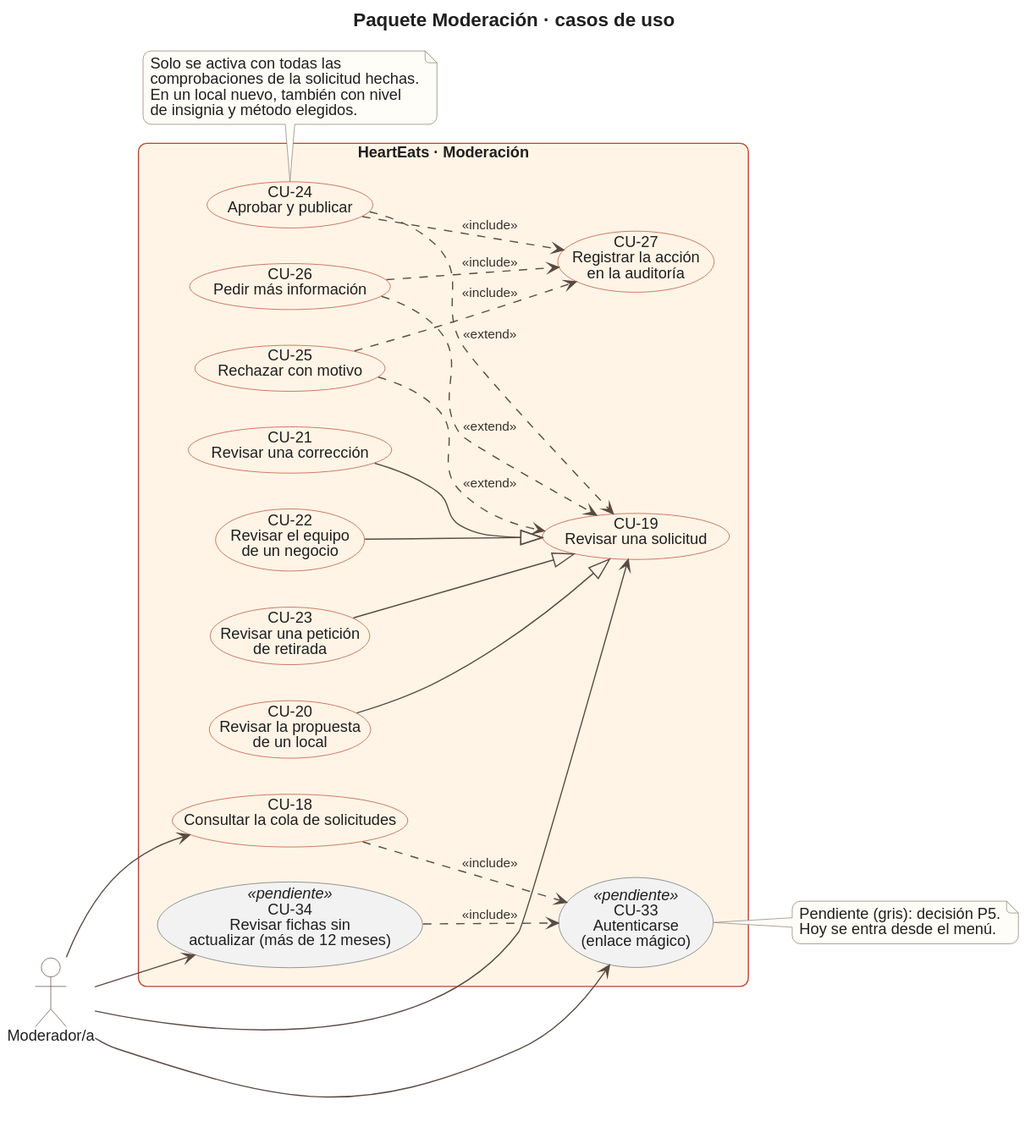
Before: docs/modelado/04-moderacion.svg, a diagram exported from PlantUML (marlonbdez/heart-eats). Source of this version:
```plantuml
@startuml
!include estilo.puml
title Paquete Moderación · casos de uso
left to right direction

actor "Moderador/a" as M

rectangle "HeartEats · Moderación" {
  usecase "CU-18\nConsultar la cola de solicitudes" as CU18
  usecase "CU-19\nRevisar una solicitud" as CU19
  usecase "CU-20\nRevisar la propuesta\nde un local" as CU20
  usecase "CU-21\nRevisar una corrección" as CU21
  usecase "CU-22\nRevisar el equipo\nde un negocio" as CU22
  usecase "CU-23\nRevisar una petición\nde retirada" as CU23
  usecase "CU-24\nAprobar y publicar" as CU24
  usecase "CU-25\nRechazar con motivo" as CU25
  usecase "CU-26\nPedir más información" as CU26
  usecase "CU-27\nRegistrar la acción\nen la auditoría" as CU27
  usecase "CU-33\nAutenticarse\n(enlace mágico)" as CU33 <<pendiente>>
  usecase "CU-34\nRevisar fichas sin\nactualizar (más de 12 meses)" as CU34 <<pendiente>>
}

M --> CU18
M --> CU19
M --> CU33
M --> CU34

CU20 --|> CU19
CU21 --|> CU19
CU22 --|> CU19
CU23 --|> CU19

CU24 ..> CU19 : <<extend>>
CU25 ..> CU19 : <<extend>>
CU26 ..> CU19 : <<extend>>
CU24 ..> CU27 : <<include>>
CU25 ..> CU27 : <<include>>
CU26 ..> CU27 : <<include>>
CU18 ..> CU33 : <<include>>
CU34 ..> CU33 : <<include>>

note bottom of CU24
  Solo se activa con todas las
  comprobaciones de la solicitud hechas.
  En un local nuevo, también con nivel
  de insignia y método elegidos.
end note

note right of CU33
  Pendiente (gris): decisión P5.
  Hoy se entra desde el menú.
end note
@enduml
```
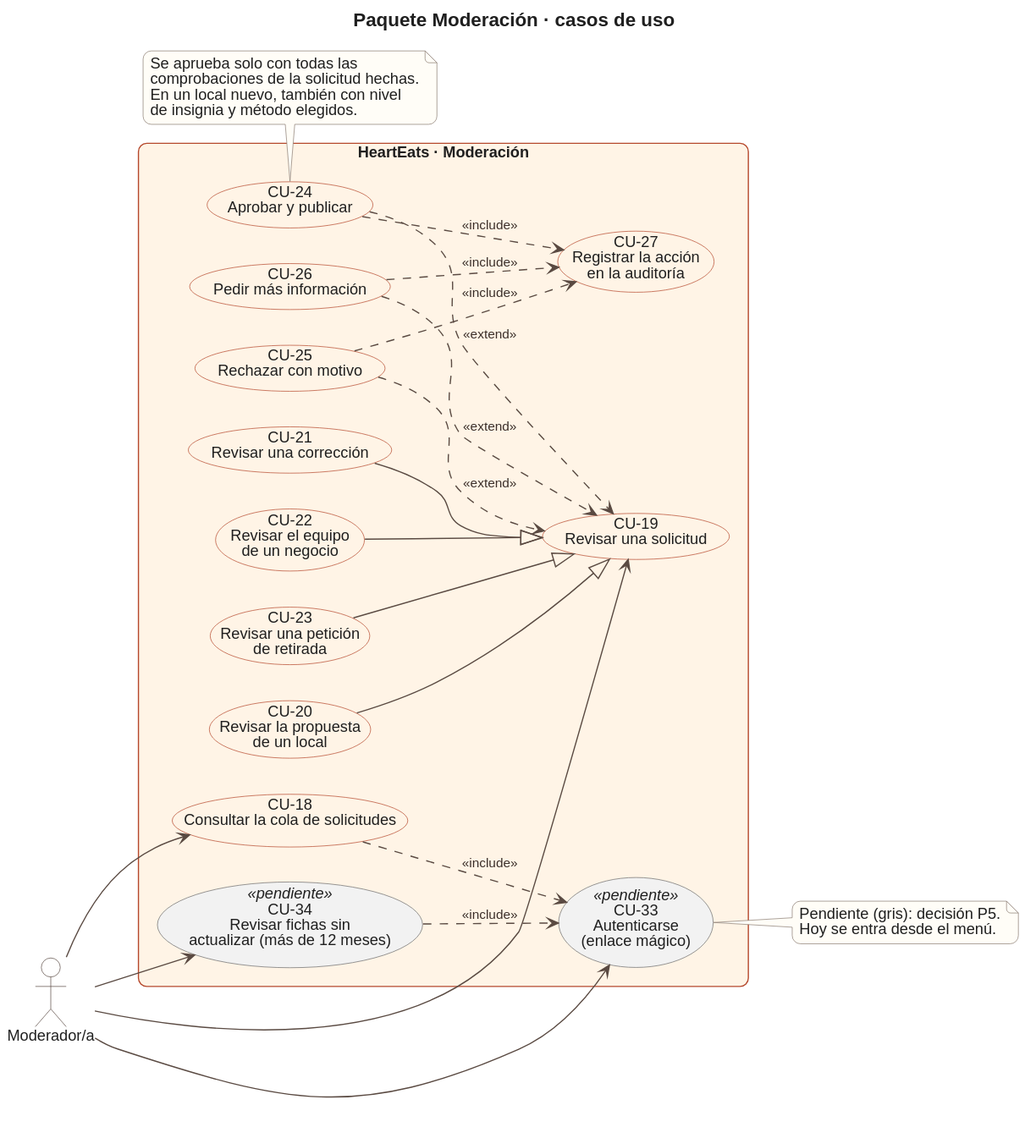
After the change.

Change to the diagram source:
```diff
@@ -40,7 +40,7 @@
 CU34 ..> CU33 : <<include>>
 
 note bottom of CU24
-  Solo se activa con todas las
+  Se aprueba solo con todas las
   comprobaciones de la solicitud hechas.
   En un local nuevo, también con nivel
   de insignia y método elegidos.
```
